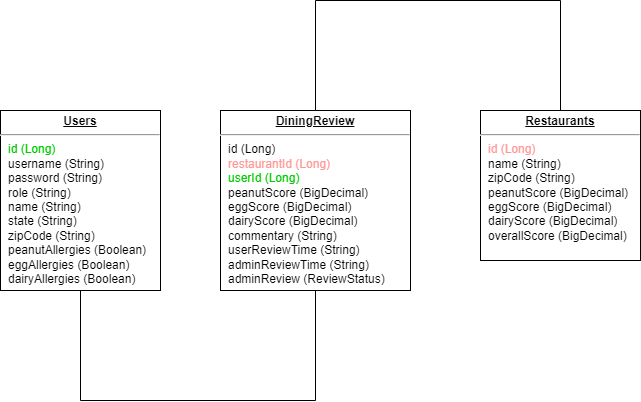
Before: restaurant-entity.drawio.png, a diagram exported from draw.io (slikkerno66/springboot-restaurant). Source tidied: cells renumbered, new cells last; positions are measured from the earlier drawing's top-left corner, leaving out a move shared by most shapes. The source it was exported from:
```xml
<mxGraphModel>
  <root>
    <mxCell id="0" />
    <mxCell id="1" parent="0" />
    <mxCell id="2" style="edgeStyle=orthogonalEdgeStyle;rounded=0;html=1;labelBackgroundColor=none;endArrow=none;endFill=0;endSize=8;fontFamily=Verdana;fontSize=12;align=left;entryX=0.5;entryY=0;entryDx=0;entryDy=0;" parent="1" edge="1" source="3" target="4">
      <mxGeometry relative="1" as="geometry">
        <Array as="points">
          <mxPoint x="315" />
          <mxPoint x="560" />
        </Array>
      </mxGeometry>
    </mxCell>
    <mxCell id="3" value="&lt;p style=&quot;margin: 0px ; margin-top: 4px ; text-align: center ; text-decoration: underline&quot;&gt;&lt;b&gt;DiningReview&lt;/b&gt;&lt;/p&gt;&lt;hr&gt;&lt;p style=&quot;margin: 0px ; margin-left: 8px&quot;&gt;id (Long)&lt;/p&gt;&lt;p style=&quot;margin: 0px ; margin-left: 8px&quot;&gt;&lt;font color=&quot;#ff9999&quot;&gt;restaurantId (Long)&lt;/font&gt;&lt;/p&gt;&lt;p style=&quot;margin: 0px ; margin-left: 8px&quot;&gt;&lt;font color=&quot;#00cc00&quot;&gt;userId (Long)&lt;/font&gt;&lt;/p&gt;&lt;p style=&quot;margin: 0px ; margin-left: 8px&quot;&gt;peanutScore (BigDecimal)&lt;/p&gt;&lt;p style=&quot;margin: 0px ; margin-left: 8px&quot;&gt;eggScore (BigDecimal)&lt;/p&gt;&lt;p style=&quot;margin: 0px ; margin-left: 8px&quot;&gt;dairyScore&amp;nbsp;&lt;span style=&quot;background-color: initial;&quot;&gt;(BigDecimal)&lt;/span&gt;&lt;/p&gt;&lt;p style=&quot;margin: 0px ; margin-left: 8px&quot;&gt;commentary (String)&lt;/p&gt;&lt;p style=&quot;margin: 0px ; margin-left: 8px&quot;&gt;userReviewTime (String)&lt;/p&gt;&lt;p style=&quot;margin: 0px ; margin-left: 8px&quot;&gt;adminReviewTime (String)&lt;/p&gt;&lt;p style=&quot;margin: 0px ; margin-left: 8px&quot;&gt;adminReview (ReviewStatus)&lt;/p&gt;" style="verticalAlign=top;align=left;overflow=fill;fontSize=12;fontFamily=Helvetica;html=1;rounded=0;shadow=0;comic=0;labelBackgroundColor=none;strokeWidth=1;" parent="1" vertex="1">
      <mxGeometry x="220" y="110" width="190" height="180" as="geometry" />
    </mxCell>
    <mxCell id="4" value="&lt;p style=&quot;margin: 0px ; margin-top: 4px ; text-align: center ; text-decoration: underline&quot;&gt;&lt;b&gt;Restaurants&lt;/b&gt;&lt;/p&gt;&lt;hr&gt;&lt;p style=&quot;margin: 0px ; margin-left: 8px&quot;&gt;&lt;font color=&quot;#ff9999&quot;&gt;id (Long)&lt;/font&gt;&lt;/p&gt;&lt;p style=&quot;margin: 0px ; margin-left: 8px&quot;&gt;name (String)&lt;/p&gt;&lt;p style=&quot;margin: 0px ; margin-left: 8px&quot;&gt;zipCode (String)&lt;/p&gt;&lt;p style=&quot;margin: 0px ; margin-left: 8px&quot;&gt;peanutScore (BigDecimal)&lt;/p&gt;&lt;p style=&quot;margin: 0px ; margin-left: 8px&quot;&gt;eggScore (BigDecimal)&lt;/p&gt;&lt;p style=&quot;margin: 0px ; margin-left: 8px&quot;&gt;dairyScore (BigDecimal)&lt;/p&gt;&lt;p style=&quot;margin: 0px ; margin-left: 8px&quot;&gt;overallScore (BigDecimal)&lt;/p&gt;" style="verticalAlign=top;align=left;overflow=fill;fontSize=12;fontFamily=Helvetica;html=1;rounded=0;shadow=0;comic=0;labelBackgroundColor=none;strokeWidth=1;" parent="1" vertex="1">
      <mxGeometry x="480" y="110" width="160" height="150" as="geometry" />
    </mxCell>
    <mxCell id="5" value="&lt;p style=&quot;margin: 0px ; margin-top: 4px ; text-align: center ; text-decoration: underline&quot;&gt;&lt;b&gt;Users&lt;/b&gt;&lt;/p&gt;&lt;hr&gt;&lt;p style=&quot;margin: 0px ; margin-left: 8px&quot;&gt;&lt;font color=&quot;#00cc00&quot;&gt;id (Long)&lt;/font&gt;&lt;/p&gt;&lt;p style=&quot;margin: 0px ; margin-left: 8px&quot;&gt;username (String)&lt;/p&gt;&lt;p style=&quot;margin: 0px ; margin-left: 8px&quot;&gt;password (String)&lt;/p&gt;&lt;p style=&quot;margin: 0px ; margin-left: 8px&quot;&gt;role (String)&lt;/p&gt;&lt;p style=&quot;margin: 0px ; margin-left: 8px&quot;&gt;name (String)&lt;/p&gt;&lt;p style=&quot;margin: 0px ; margin-left: 8px&quot;&gt;state (String)&lt;/p&gt;&lt;p style=&quot;margin: 0px ; margin-left: 8px&quot;&gt;zipCode (String)&lt;/p&gt;&lt;p style=&quot;margin: 0px ; margin-left: 8px&quot;&gt;peanutAllergies (Boolean)&lt;/p&gt;&lt;p style=&quot;margin: 0px ; margin-left: 8px&quot;&gt;eggAllergies (Boolean)&lt;br&gt;dairyAllergies (Boolean)&lt;/p&gt;" style="verticalAlign=top;align=left;overflow=fill;fontSize=12;fontFamily=Helvetica;html=1;rounded=0;shadow=0;comic=0;labelBackgroundColor=none;strokeWidth=1;" parent="1" vertex="1">
      <mxGeometry y="110" width="160" height="180" as="geometry" />
    </mxCell>
    <mxCell id="6" style="edgeStyle=orthogonalEdgeStyle;rounded=0;html=1;labelBackgroundColor=none;endArrow=none;endFill=0;endSize=8;fontFamily=Verdana;fontSize=12;align=left;entryX=0.5;entryY=1;entryDx=0;entryDy=0;exitX=0.5;exitY=1;exitDx=0;exitDy=0;" parent="1" edge="1" source="5" target="3">
      <mxGeometry relative="1" as="geometry">
        <Array as="points">
          <mxPoint x="80" y="400" />
          <mxPoint x="315" y="400" />
        </Array>
      </mxGeometry>
    </mxCell>
  </root>
</mxGraphModel>
```
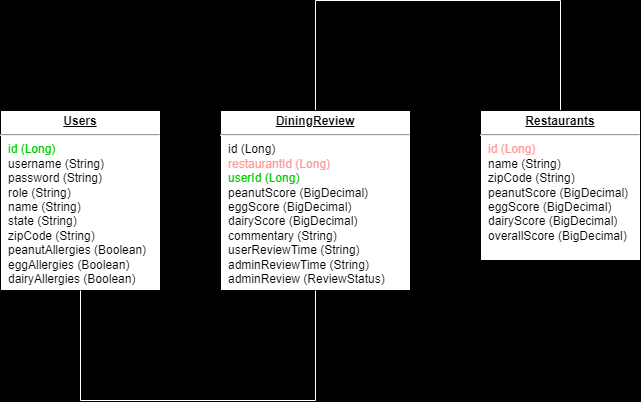
Later version of the same file.

Commit message:
Update entity diagram's color

Diff of the diagram source:
```diff
@@ -1,8 +1,8 @@
-<mxGraphModel>
+<mxGraphModel background="#000000">
   <root>
     <mxCell id="0" />
     <mxCell id="1" parent="0" />
-    <mxCell id="2" style="edgeStyle=orthogonalEdgeStyle;rounded=0;html=1;labelBackgroundColor=none;endArrow=none;endFill=0;endSize=8;fontFamily=Verdana;fontSize=12;align=left;entryX=0.5;entryY=0;entryDx=0;entryDy=0;" parent="1" edge="1" source="3" target="4">
+    <mxCell id="2" style="edgeStyle=orthogonalEdgeStyle;rounded=0;html=1;labelBackgroundColor=none;endArrow=none;endFill=0;endSize=8;fontFamily=Verdana;fontSize=12;align=left;entryX=0.5;entryY=0;entryDx=0;entryDy=0;strokeColor=#FFFFFF;" parent="1" edge="1" source="3" target="4">
       <mxGeometry relative="1" as="geometry">
         <Array as="points">
           <mxPoint x="315" />
@@ -19,7 +19,7 @@
     <mxCell id="5" value="&lt;p style=&quot;margin: 0px ; margin-top: 4px ; text-align: center ; text-decoration: underline&quot;&gt;&lt;b&gt;Users&lt;/b&gt;&lt;/p&gt;&lt;hr&gt;&lt;p style=&quot;margin: 0px ; margin-left: 8px&quot;&gt;&lt;font color=&quot;#00cc00&quot;&gt;id (Long)&lt;/font&gt;&lt;/p&gt;&lt;p style=&quot;margin: 0px ; margin-left: 8px&quot;&gt;username (String)&lt;/p&gt;&lt;p style=&quot;margin: 0px ; margin-left: 8px&quot;&gt;password (String)&lt;/p&gt;&lt;p style=&quot;margin: 0px ; margin-left: 8px&quot;&gt;role (String)&lt;/p&gt;&lt;p style=&quot;margin: 0px ; margin-left: 8px&quot;&gt;name (String)&lt;/p&gt;&lt;p style=&quot;margin: 0px ; margin-left: 8px&quot;&gt;state (String)&lt;/p&gt;&lt;p style=&quot;margin: 0px ; margin-left: 8px&quot;&gt;zipCode (String)&lt;/p&gt;&lt;p style=&quot;margin: 0px ; margin-left: 8px&quot;&gt;peanutAllergies (Boolean)&lt;/p&gt;&lt;p style=&quot;margin: 0px ; margin-left: 8px&quot;&gt;eggAllergies (Boolean)&lt;br&gt;dairyAllergies (Boolean)&lt;/p&gt;" style="verticalAlign=top;align=left;overflow=fill;fontSize=12;fontFamily=Helvetica;html=1;rounded=0;shadow=0;comic=0;labelBackgroundColor=none;strokeWidth=1;" parent="1" vertex="1">
       <mxGeometry y="110" width="160" height="180" as="geometry" />
     </mxCell>
-    <mxCell id="6" style="edgeStyle=orthogonalEdgeStyle;rounded=0;html=1;labelBackgroundColor=none;endArrow=none;endFill=0;endSize=8;fontFamily=Verdana;fontSize=12;align=left;entryX=0.5;entryY=1;entryDx=0;entryDy=0;exitX=0.5;exitY=1;exitDx=0;exitDy=0;" parent="1" edge="1" source="5" target="3">
+    <mxCell id="6" style="edgeStyle=orthogonalEdgeStyle;rounded=0;html=1;labelBackgroundColor=none;endArrow=none;endFill=0;endSize=8;fontFamily=Verdana;fontSize=12;align=left;entryX=0.5;entryY=1;entryDx=0;entryDy=0;exitX=0.5;exitY=1;exitDx=0;exitDy=0;strokeColor=#FFFFFF;" parent="1" edge="1" source="5" target="3">
       <mxGeometry relative="1" as="geometry">
         <Array as="points">
           <mxPoint x="80" y="400" />
```
